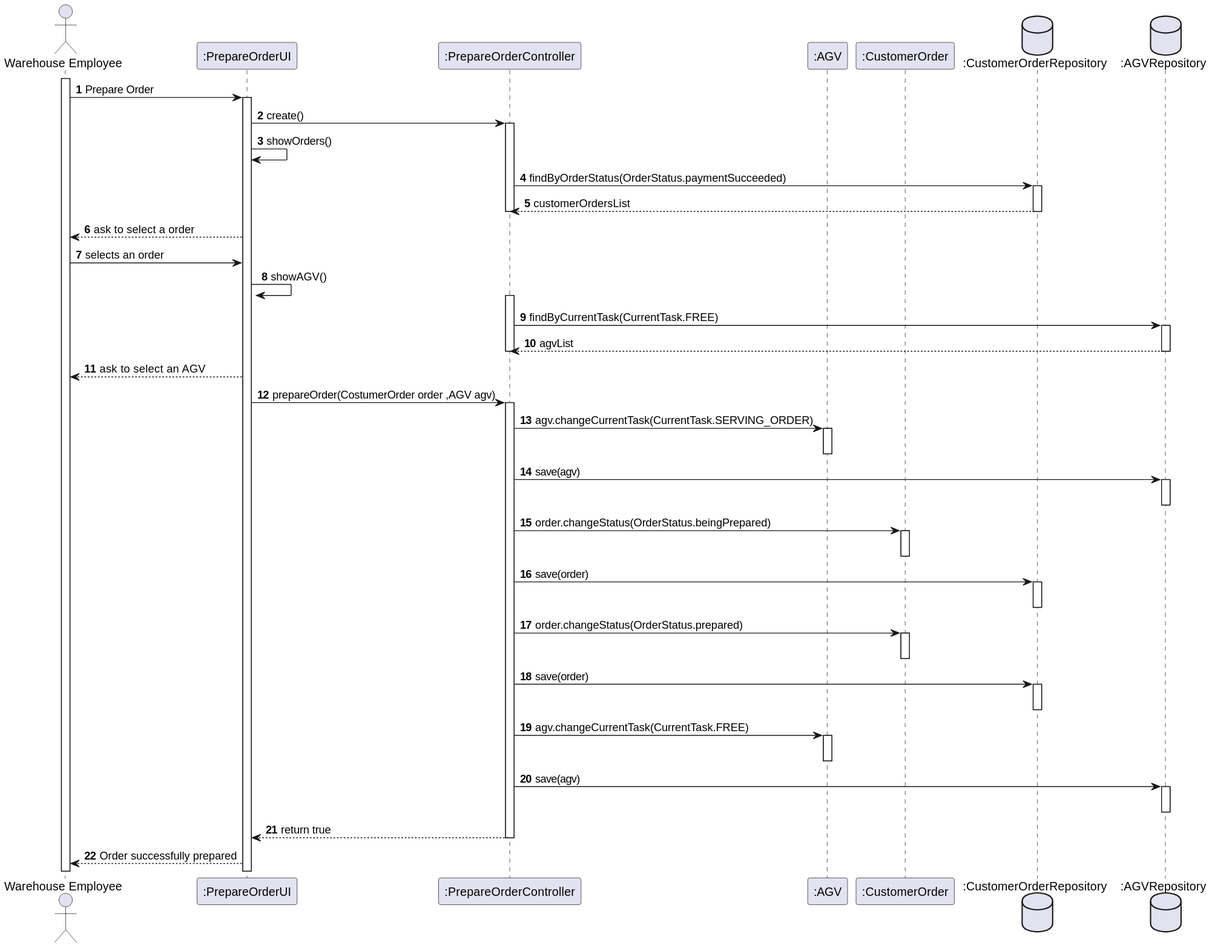
This is documentation/SprintC/UserStories/US2003_ManualAssignAGV/US2003_ManualAssignAGV_SD.svg from jsmarques98/LAPR4-ISEP, a PlantUML export, as it was before one commit. Its diagram source:
```plantuml
@startuml

autonumber
actor "Warehouse Employee" as we


participant ":PrepareOrderUI" as ui
participant ":PrepareOrderController" as controller
participant ":AGV" as agv
participant ":CustomerOrder" as co

database ":CustomerOrderRepository" as cor
database ":AGVRepository" as agvr


activate we
we -> ui : Prepare Order
activate ui
ui -> controller : create()
activate controller
ui -> ui : showOrders()
controller -> cor : findByOrderStatus(OrderStatus.paymentSucceeded)
activate cor
cor --> controller : customerOrdersList
deactivate cor
deactivate controller
ui --> we : ask to select a order
we -> ui : selects an order
ui -> ui : showAGV()
activate controller
controller -> agvr : findByCurrentTask(CurrentTask.FREE)
activate agvr
agvr --> controller : agvList
deactivate agvr
deactivate controller
ui --> we : ask to select an AGV
ui -> controller : prepareOrder(CostumerOrder order ,AGV agv)
activate controller
controller -> agv : agv.changeCurrentTask(CurrentTask.SERVING_ORDER)
activate agv
deactivate agv
controller -> agvr : save(agv)
activate agvr
deactivate agvr
controller -> co : order.changeStatus(OrderStatus.beingPrepared)
activate co
deactivate co
controller -> cor : save(order)
activate cor
deactivate cor
controller -> co : order.changeStatus(OrderStatus.prepared)
activate co
deactivate co
controller -> cor : save(order)
activate cor
deactivate cor
controller -> agv : agv.changeCurrentTask(CurrentTask.FREE)
activate agv
deactivate agv
controller -> agvr : save(agv)
activate agvr
deactivate agvr
controller --> ui : return true
deactivate controller
ui --> we : Order successfully prepared

@enduml
```
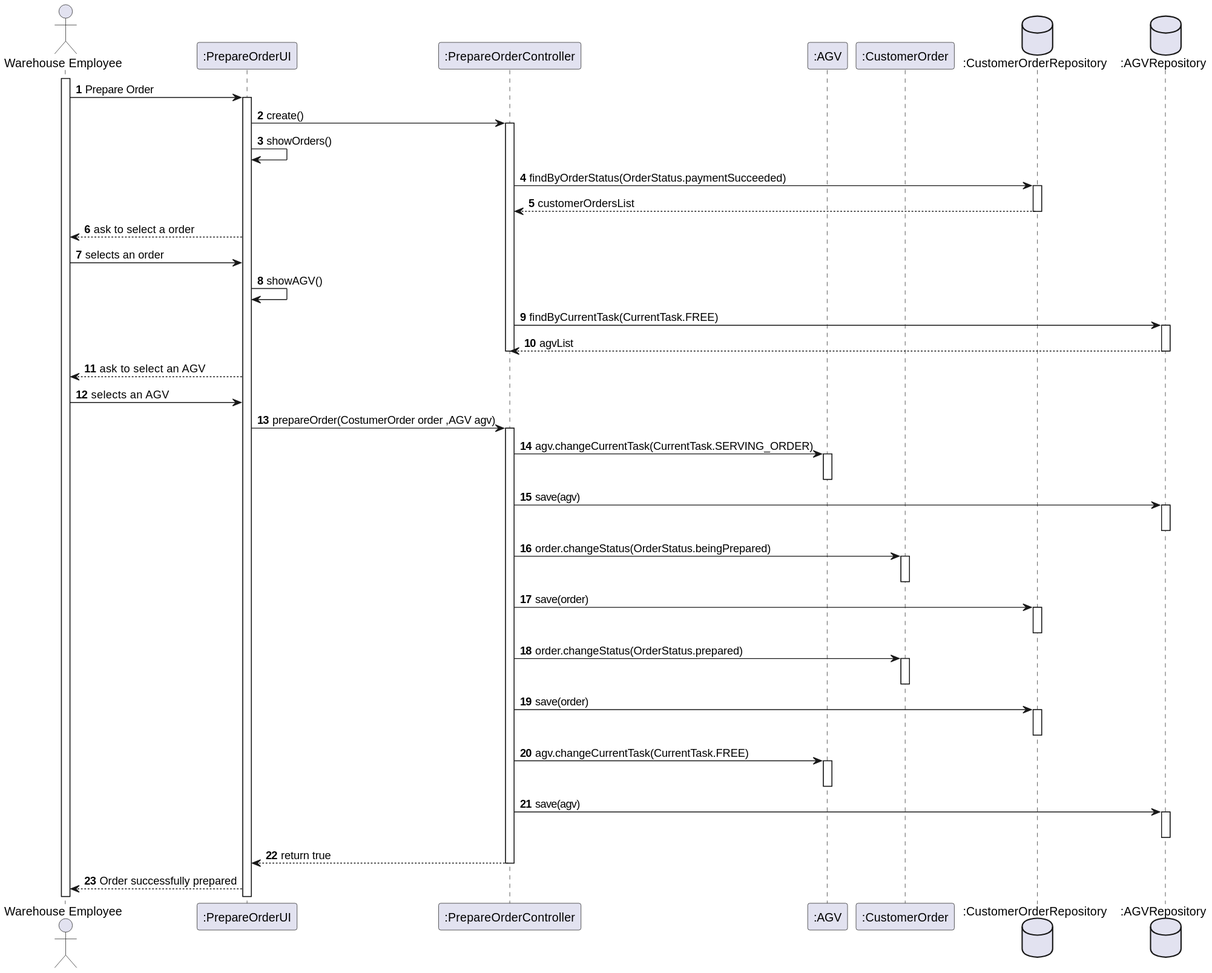
The same file after the commit.

Commit message:
L2S20-55 #time 15 min #comment  Design US2003

Change to the diagram source:
```diff
@@ -23,17 +23,16 @@
 activate cor
 cor --> controller : customerOrdersList
 deactivate cor
-deactivate controller
 ui --> we : ask to select a order
 we -> ui : selects an order
 ui -> ui : showAGV()
-activate controller
 controller -> agvr : findByCurrentTask(CurrentTask.FREE)
 activate agvr
 agvr --> controller : agvList
 deactivate agvr
 deactivate controller
 ui --> we : ask to select an AGV
+we -> ui : selects an AGV
 ui -> controller : prepareOrder(CostumerOrder order ,AGV agv)
 activate controller
 controller -> agv : agv.changeCurrentTask(CurrentTask.SERVING_ORDER)
```
